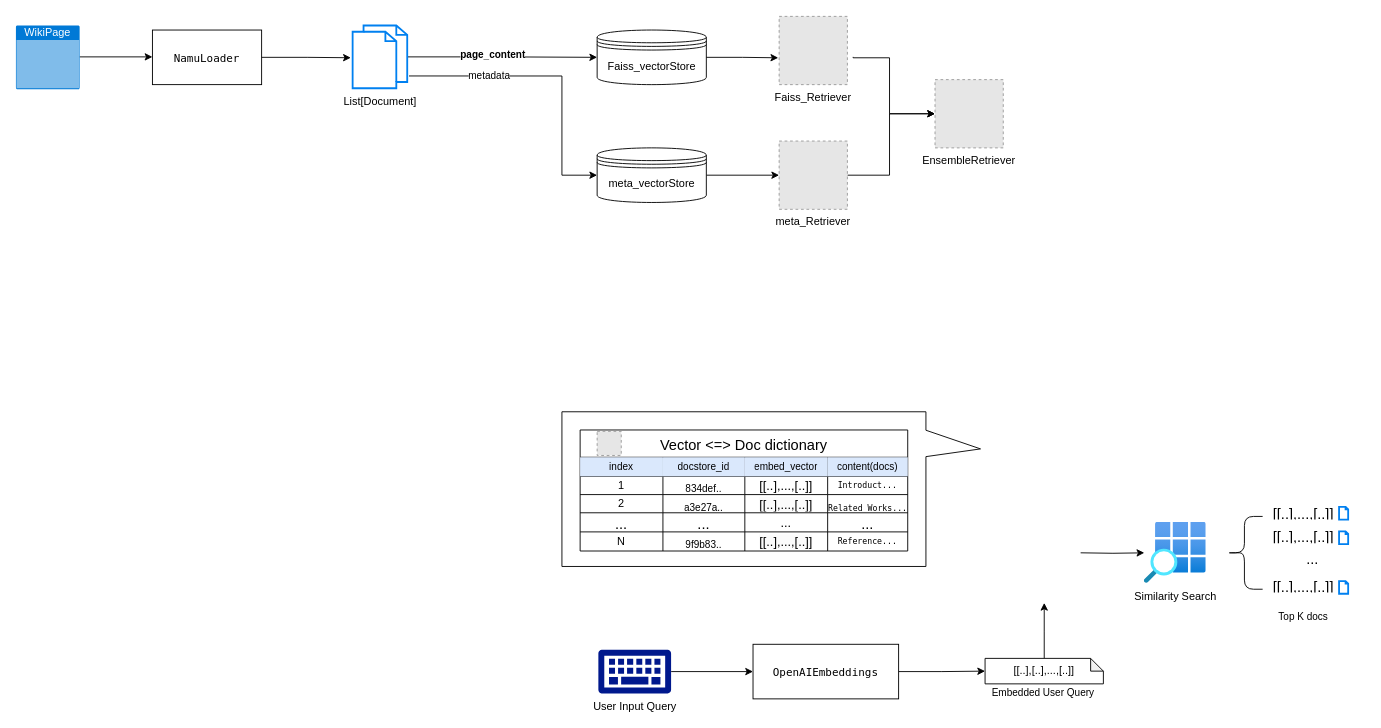
Earlier version of the draw.io diagram _diagrams/data_ingestion.drawio (lymanstudio/lymanstudio.github.io). Source tidied: cells renumbered, new cells numbered last; positions are measured from the earlier drawing's top-left corner, leaving out a move shared by most shapes. Both pictures are drawn from the tidied source at 91%, with x=0, y=0 at pixel (15, 16). Pictures stored in the file or linked from it are replaced by grey dashed boxes.
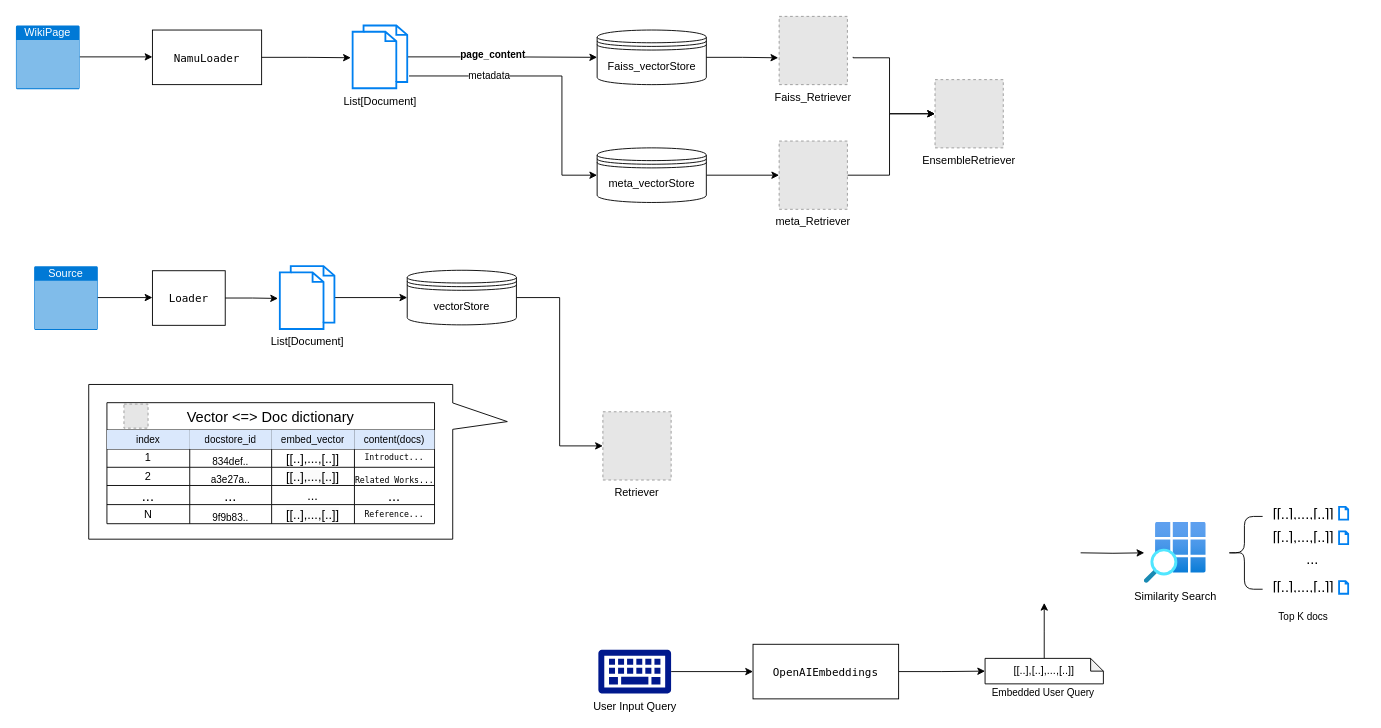
Above is the later version.

Diff of the diagram source:
```diff
@@
     <mxCell id="31" style="shape=callout;whiteSpace=wrap;html=1;perimeter=calloutPerimeter;position2=0.76;base=29;size=60;position=0.71;direction=north;" parent="1" vertex="1">
-      <mxGeometry x="600" y="434" width="460" height="170" as="geometry" />
+      <mxGeometry x="80" y="404" width="460" height="170" as="geometry" />
     </mxCell>
     <mxCell id="32" value="Vector &lt;=&gt; Doc dictionary" style="shape=table;startSize=30;childLayout=tableLayout;strokeColor=default;fontSize=16;" parent="1" vertex="1">
-      <mxGeometry x="620" y="454" width="360" height="133" as="geometry" />
+      <mxGeometry x="100" y="424" width="360" height="133" as="geometry" />
     </mxCell>
@@
     <mxCell id="58" style="fillColor=#E6E6E6;strokeColor=#999999;dashed=1;html=1;verticalAlign=top;verticalLabelPosition=bottom;labelBackgroundColor=#ffffff;" parent="1" vertex="1">
-      <mxGeometry x="638.7" y="455.5" width="26.5" height="26.5" as="geometry" />
+      <mxGeometry x="118.7" y="425.5" width="26.5" height="26.5" as="geometry" />
     </mxCell>
@@
+    <mxCell id="66" style="edgeStyle=orthogonalEdgeStyle;rounded=0;jettySize=auto;html=1;" parent="1" edge="1" target="69">
+      <mxGeometry relative="1" as="geometry">
+        <mxPoint x="70" y="308.5" as="sourcePoint" />
+      </mxGeometry>
+    </mxCell>
+    <mxCell id="67" style="edgeStyle=orthogonalEdgeStyle;rounded=0;jettySize=auto;html=1;entryX=0;entryY=0.5;entryDx=0;entryDy=0;" parent="1" edge="1" source="68" target="73">
+      <mxGeometry relative="1" as="geometry" />
+    </mxCell>
+    <mxCell id="68" value="List[Document]" style="html=1;verticalLabelPosition=bottom;align=center;labelBackgroundColor=#ffffff;verticalAlign=top;strokeWidth=2;strokeColor=#0080F0;shadow=0;dashed=0;shape=mxgraph.ios7.icons.documents;" parent="1" vertex="1">
+      <mxGeometry x="290" y="274" width="60" height="69" as="geometry" />
+    </mxCell>
+    <mxCell id="69" value="&lt;div style=&quot;font-family: Menlo, Monaco, &amp;quot;Courier New&amp;quot;, monospace; line-height: 18px; white-space: pre;&quot;&gt;Loader&lt;/div&gt;" style="rounded=0;whiteSpace=wrap;html=1;labelBackgroundColor=default;fontColor=default;" parent="1" vertex="1">
+      <mxGeometry x="150" y="279" width="80" height="60" as="geometry" />
+    </mxCell>
+    <mxCell id="70" style="edgeStyle=orthogonalEdgeStyle;rounded=0;jettySize=auto;html=1;exitX=1;exitY=0.5;exitDx=0;exitDy=0;entryX=-0.033;entryY=0.514;entryDx=0;entryDy=0;entryPerimeter=0;" parent="1" edge="1" source="69" target="68">
+      <mxGeometry relative="1" as="geometry" />
+    </mxCell>
+    <mxCell id="71" value="Source" style="html=1;whiteSpace=wrap;strokeColor=none;fillColor=#0079D6;labelPosition=center;verticalLabelPosition=middle;verticalAlign=top;align=center;fontSize=12;spacingTop=-6;fontColor=#FFFFFF;sketch=0;shape=mxgraph.sitemap.page;" parent="1" vertex="1">
+      <mxGeometry x="20" y="274" width="70" height="70" as="geometry" />
+    </mxCell>
+    <mxCell id="72" style="edgeStyle=orthogonalEdgeStyle;rounded=0;jettySize=auto;html=1;entryX=0;entryY=0.5;entryDx=0;entryDy=0;" parent="1" edge="1" source="73" target="74">
+      <mxGeometry relative="1" as="geometry" />
+    </mxCell>
+    <mxCell id="73" value="v&lt;span style=&quot;background-color: initial;&quot;&gt;ectorStore&lt;/span&gt;" style="shape=datastore;whiteSpace=wrap;html=1;" parent="1" vertex="1">
+      <mxGeometry x="430" y="278.5" width="120" height="60" as="geometry" />
+    </mxCell>
+    <mxCell id="74" value="Retriever" style="fillColor=#E6E6E6;strokeColor=#999999;dashed=1;verticalLabelPosition=bottom;labelBackgroundColor=default;verticalAlign=top;" parent="1" vertex="1">
+      <mxGeometry x="645" y="434" width="75" height="75" as="geometry" />
+    </mxCell>
```
